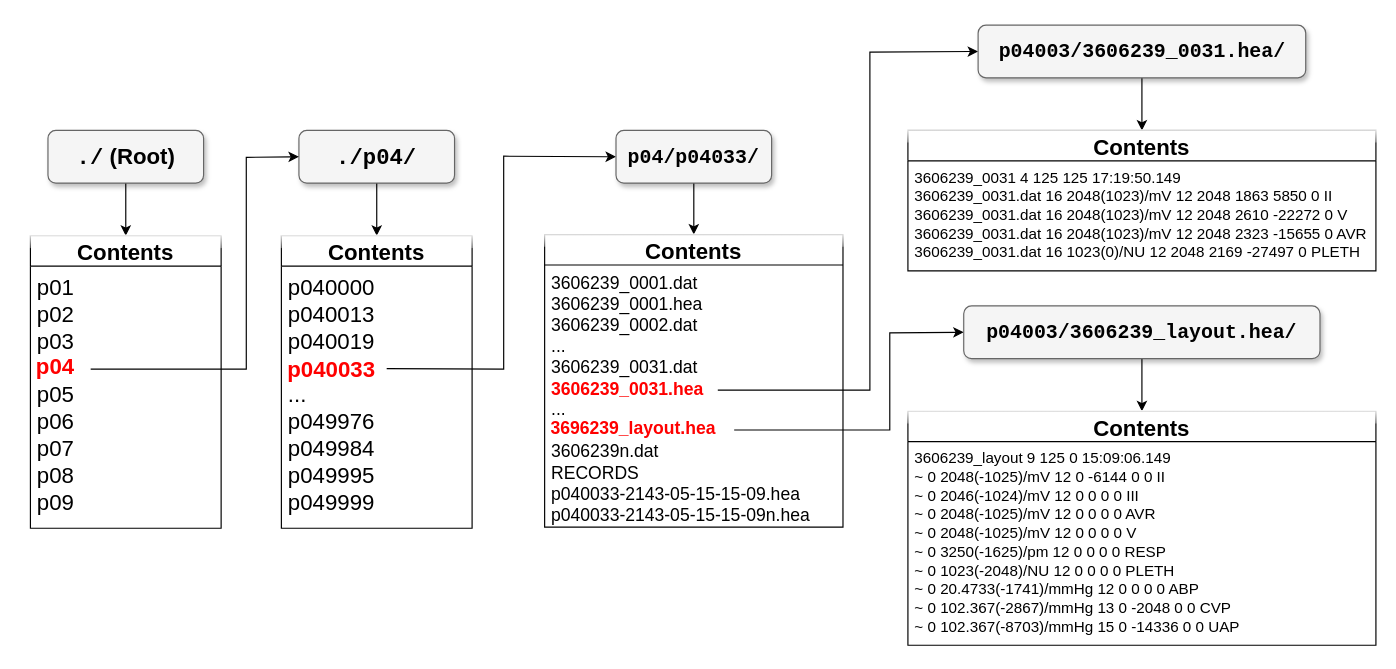
Above: matched_db_hirerachy.drawio in INll/fyp-graphs (draw.io), before the change. Source tidied: cells renumbered, new cells numbered last; positions are measured from the earlier drawing's top-left corner, leaving out a move shared by most shapes. Both pictures are drawn from the tidied source at 117%, with x=0, y=0 at pixel (20, 25).
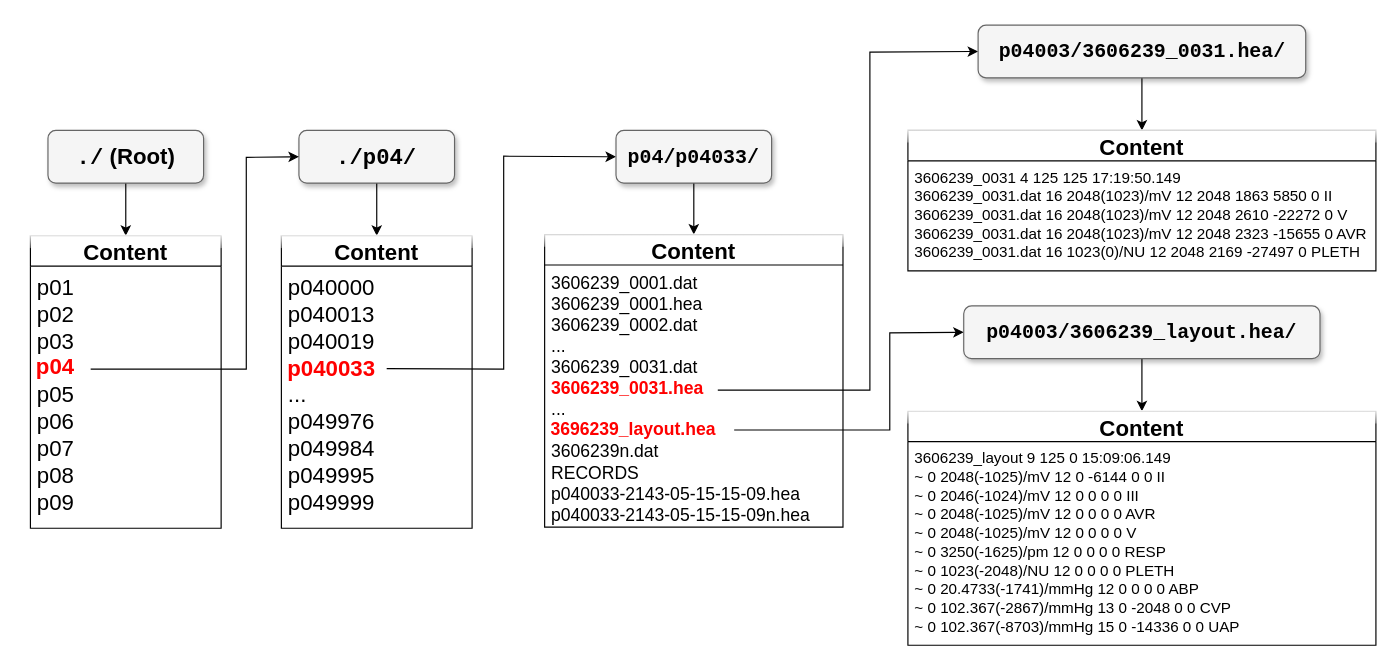
Above is the later version.

Change to the diagram source:
```diff
@@
-    <mxCell id="4" value="Contents" style="swimlane;fontStyle=1;horizontal=1;startSize=26;align=center;fontSize=19;glass=1;" parent="1" vertex="1">
+    <mxCell id="4" value="Content" style="swimlane;fontStyle=1;horizontal=1;startSize=26;align=center;fontSize=19;glass=1;" parent="1" vertex="1">
       <mxGeometry x="8.5" y="180" width="163" height="250" as="geometry" />
     </mxCell>
@@
-    <mxCell id="8" value="Contents" style="swimlane;fontStyle=1;horizontal=1;startSize=26;align=center;fontSize=19;glass=1;" parent="1" vertex="1">
+    <mxCell id="8" value="Content" style="swimlane;fontStyle=1;horizontal=1;startSize=26;align=center;fontSize=19;glass=1;" parent="1" vertex="1">
       <mxGeometry x="223" y="180" width="163" height="250" as="geometry" />
     </mxCell>
@@
-    <mxCell id="15" value="Contents" style="swimlane;fontStyle=1;horizontal=1;startSize=26;align=center;fontSize=19;glass=1;" parent="1" vertex="1">
+    <mxCell id="15" value="Content" style="swimlane;fontStyle=1;horizontal=1;startSize=26;align=center;fontSize=19;glass=1;" parent="1" vertex="1">
       <mxGeometry x="448" y="179" width="255" height="250" as="geometry" />
     </mxCell>
@@
     <mxCell id="17" value="&lt;span style=&quot;font-family: Helvetica; font-size: 19px; text-align: left;&quot;&gt;&lt;b&gt;&lt;font color=&quot;#ff0000&quot;&gt;p040033&lt;/font&gt;&lt;/b&gt;&lt;/span&gt;" style="text;html=1;strokeColor=none;fillColor=none;align=center;verticalAlign=middle;whiteSpace=wrap;rounded=0;fontFamily=Courier New;" parent="1" vertex="1">
-      <mxGeometry x="236" y="280" width="60" height="30" as="geometry" />
+      <mxGeometry x="236" y="279" width="60" height="30" as="geometry" />
     </mxCell>
@@
-    <mxCell id="21" value="Contents" style="swimlane;fontStyle=1;horizontal=1;startSize=26;align=center;fontSize=19;glass=1;" parent="1" vertex="1">
+    <mxCell id="21" value="Content" style="swimlane;fontStyle=1;horizontal=1;startSize=26;align=center;fontSize=19;glass=1;" parent="1" vertex="1">
       <mxGeometry x="758.5" y="90" width="400" height="120" as="geometry" />
     </mxCell>
@@
     <mxCell id="23" value="&lt;span style=&quot;font-family: Helvetica; text-align: left;&quot;&gt;&lt;b style=&quot;&quot;&gt;&lt;font style=&quot;font-size: 15px;&quot; color=&quot;#ff0000&quot;&gt;3606239_0031.hea&lt;/font&gt;&lt;/b&gt;&lt;/span&gt;" style="text;html=1;strokeColor=none;fillColor=none;align=center;verticalAlign=middle;whiteSpace=wrap;rounded=0;fontFamily=Courier New;" parent="1" vertex="1">
-      <mxGeometry x="489" y="297" width="60" height="30" as="geometry" />
+      <mxGeometry x="489" y="296" width="60" height="30" as="geometry" />
     </mxCell>
@@
     <mxCell id="25" value="&lt;span style=&quot;font-family: Helvetica; text-align: left;&quot;&gt;&lt;b style=&quot;&quot;&gt;&lt;font style=&quot;font-size: 15px;&quot; color=&quot;#ff0000&quot;&gt;3696239_layout.hea&lt;/font&gt;&lt;/b&gt;&lt;/span&gt;" style="text;html=1;strokeColor=none;fillColor=none;align=center;verticalAlign=middle;whiteSpace=wrap;rounded=0;fontFamily=Courier New;" parent="1" vertex="1">
-      <mxGeometry x="494" y="330" width="60" height="30" as="geometry" />
+      <mxGeometry x="494" y="331" width="60" height="30" as="geometry" />
     </mxCell>
@@
-    <mxCell id="28" value="Contents" style="swimlane;fontStyle=1;horizontal=1;startSize=26;align=center;fontSize=19;glass=1;" parent="1" vertex="1">
+    <mxCell id="28" value="Content" style="swimlane;fontStyle=1;horizontal=1;startSize=26;align=center;fontSize=19;glass=1;" parent="1" vertex="1">
       <mxGeometry x="758.5" y="330" width="400" height="200" as="geometry" />
     </mxCell>
```
